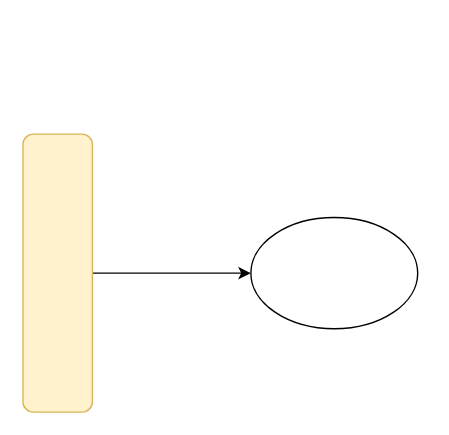
The draw.io diagram uml/test.drawio in hankin-lab/drawio, before the edit. Source tidied: cells renumbered, new cells numbered last; positions are measured from the earlier drawing's top-left corner, leaving out a move shared by most shapes. Both pictures are drawn from the tidied source at 139%, with x=0, y=0 at pixel (22, 133).
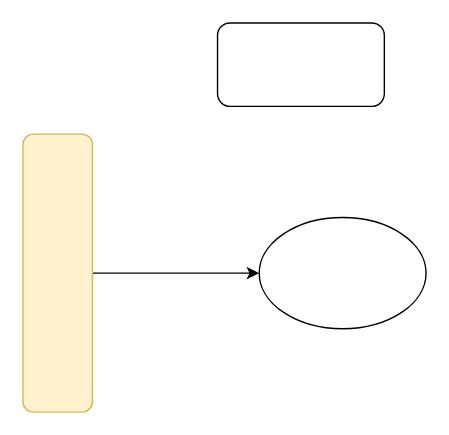
After the change.

Diff of the diagram source:
```diff
@@
 <mxGraphModel>
   <root>
     <mxCell id="0" />
     <mxCell id="1" parent="0" />
     <mxCell id="2" style="edgeStyle=orthogonalEdgeStyle;rounded=0;jettySize=auto;html=1;" parent="1" edge="1" source="3" target="4">
       <mxGeometry relative="1" as="geometry" />
     </mxCell>
     <mxCell id="3" style="rounded=1;whiteSpace=wrap;html=1;fillColor=#fff2cc;strokeColor=#d6b656;" parent="1" vertex="1">
       <mxGeometry width="50" height="200" as="geometry" />
     </mxCell>
     <mxCell id="4" style="ellipse;whiteSpace=wrap;html=1;" parent="1" vertex="1">
-      <mxGeometry x="164" y="60" width="120" height="80" as="geometry" />
+      <mxGeometry x="170" y="60" width="120" height="80" as="geometry" />
     </mxCell>
+    <mxCell id="5" style="rounded=1;whiteSpace=wrap;html=1;" parent="1" vertex="1">
+      <mxGeometry x="140" y="-80" width="120" height="60" as="geometry" />
+    </mxCell>
   </root>
 </mxGraphModel>
```
